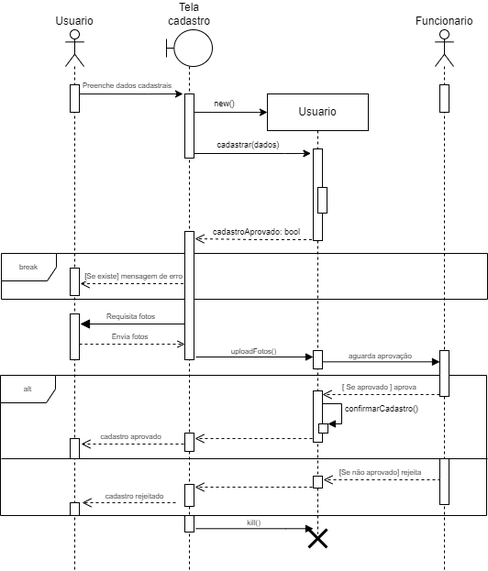
Before: diagramasDeSequenciaCompletos/1. CadastraNoSistemaR1.drawio.png, a diagram exported from draw.io (EijiDogen/BrainForHire). Source tidied: cells renumbered, new cells last; positions are measured from the earlier drawing's top-left corner, leaving out a move shared by most shapes.
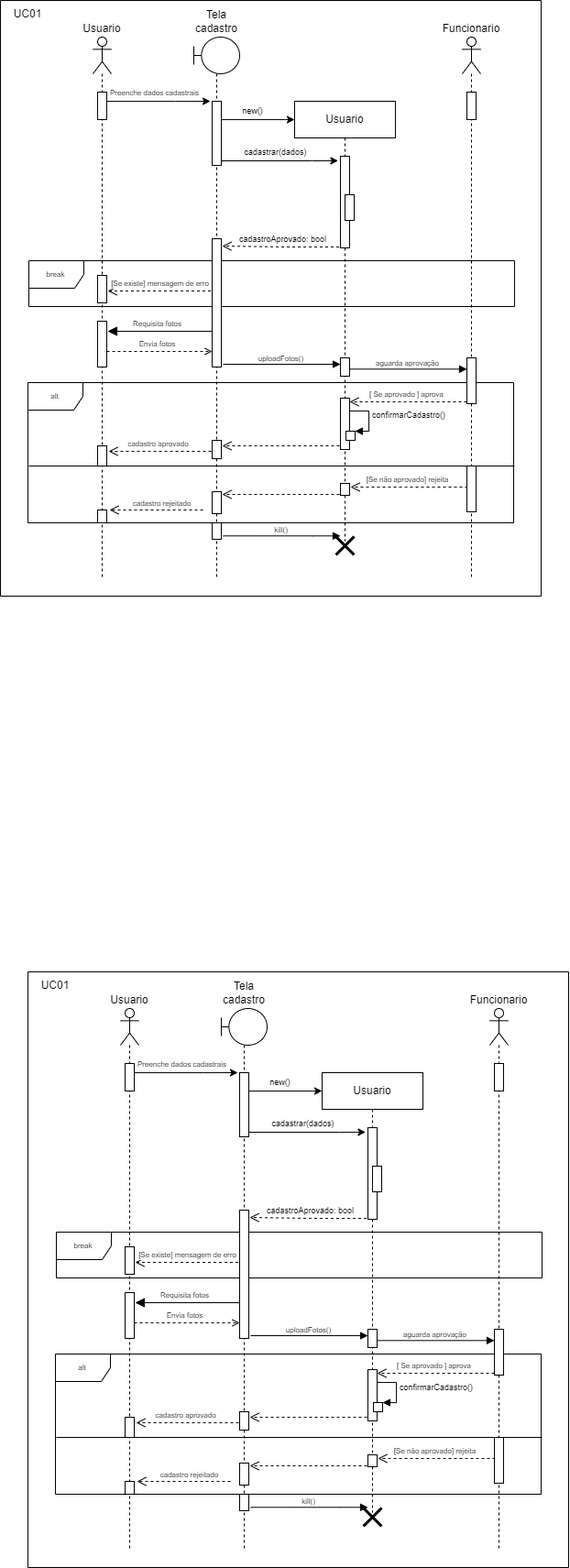
The same diagram one commit later.

Diff of the diagram source:
```diff
@@ -273,5 +273,287 @@
     <mxCell id="56" style="html=1;perimeter=orthogonalPerimeter;fontSize=9;" parent="37" vertex="1">
       <mxGeometry x="346" y="172" width="10" height="28" as="geometry" />
     </mxCell>
+    <mxCell id="57" value="Contorno" parent="0" />
+    <mxCell id="58" style="swimlane;startSize=0;" parent="57" vertex="1">
+      <mxGeometry x="-30" y="-40" width="590" height="650" as="geometry" />
+    </mxCell>
+    <mxCell id="59" value="UC01" style="text;html=1;strokeColor=none;fillColor=none;align=center;verticalAlign=middle;whiteSpace=wrap;rounded=0;" parent="58" vertex="1">
+      <mxGeometry width="60" height="30" as="geometry" />
+    </mxCell>
+    <mxCell id="60" value="Backup" parent="0" />
+    <mxCell id="61" value="break" style="shape=umlFrame;whiteSpace=wrap;html=1;fontSize=8;" parent="60" vertex="1">
+      <mxGeometry x="31" y="1304" width="530" height="50" as="geometry" />
+    </mxCell>
+    <mxCell id="62" value="Requisita fotos" style="html=1;verticalAlign=bottom;endArrow=block;endSize=8;rounded=0;fontSize=8;endFill=1;" parent="60" edge="1">
+      <mxGeometry x="0.09" relative="1" as="geometry">
+        <mxPoint x="235.5" y="1381" as="sourcePoint" />
+        <mxPoint x="117" y="1381" as="targetPoint" />
+      </mxGeometry>
+    </mxCell>
+    <mxCell id="63" value="alt" style="shape=umlFrame;whiteSpace=wrap;html=1;fontSize=8;" parent="60" vertex="1">
+      <mxGeometry x="30" y="1437" width="530" height="153" as="geometry" />
+    </mxCell>
+    <mxCell id="64" style="line;strokeWidth=1;fillColor=none;align=left;verticalAlign=middle;spacingTop=-1;spacingLeft=3;spacingRight=3;labelPosition=right;" parent="60" vertex="1">
+      <mxGeometry x="31" y="1524" width="530" height="8" as="geometry" />
+    </mxCell>
+    <mxCell id="65" value="Usuario" style="shape=umlLifeline;participant=umlActor;perimeter=lifelinePerimeter;whiteSpace=wrap;html=1;verticalAlign=bottom;spacingTop=36;labelPosition=center;verticalLabelPosition=top;align=center;" parent="60" vertex="1">
+      <mxGeometry x="101" y="1060" width="20" height="590" as="geometry" />
+    </mxCell>
+    <mxCell id="66" value="Tela cadastro" style="shape=umlLifeline;participant=umlBoundary;perimeter=lifelinePerimeter;whiteSpace=wrap;html=1;verticalAlign=bottom;spacingTop=36;labelPosition=center;verticalLabelPosition=top;align=center;" parent="60" vertex="1">
+      <mxGeometry x="211" y="1060" width="50" height="590" as="geometry" />
+    </mxCell>
+    <mxCell id="67" value="Funcionario&lt;br&gt;" style="shape=umlLifeline;participant=umlActor;perimeter=lifelinePerimeter;whiteSpace=wrap;html=1;verticalAlign=bottom;spacingTop=36;labelPosition=center;verticalLabelPosition=top;align=center;" parent="60" vertex="1">
+      <mxGeometry x="504" y="1060" width="20" height="590" as="geometry" />
+    </mxCell>
+    <mxCell id="68" value="Usuario" style="shape=umlLifeline;perimeter=lifelinePerimeter;whiteSpace=wrap;html=1;" parent="60" vertex="1">
+      <mxGeometry x="321" y="1130" width="110" height="480" as="geometry" />
+    </mxCell>
+    <mxCell id="69" value="verificarExiste()" style="edgeStyle=orthogonalEdgeStyle;html=1;align=left;spacingLeft=2;endArrow=block;rounded=0;entryX=1;entryY=0;fontSize=9;" parent="68" edge="1">
+      <mxGeometry relative="1" as="geometry">
+        <mxPoint x="55" y="80" as="sourcePoint" />
+        <Array as="points">
+          <mxPoint x="80" y="80" />
+        </Array>
+      </mxGeometry>
+    </mxCell>
+    <mxCell id="70" style="edgeStyle=orthogonalEdgeStyle;rounded=0;orthogonalLoop=1;jettySize=auto;html=1;endArrow=block;endFill=1;" parent="68" edge="1">
+      <mxGeometry relative="1" as="geometry">
+        <mxPoint x="-78" y="474.3" as="sourcePoint" />
+        <mxPoint x="50" y="474.3" as="targetPoint" />
+        <Array as="points">
+          <mxPoint x="20" y="474.3" />
+          <mxPoint x="20" y="474.3" />
+        </Array>
+      </mxGeometry>
+    </mxCell>
+    <mxCell id="71" value="kill()" style="edgeLabel;html=1;align=center;verticalAlign=middle;fontSize=8;" parent="70" vertex="1">
+      <mxGeometry x="0.19" y="-3" relative="1" as="geometry">
+        <mxPoint x="-14" y="-10" as="offset" />
+      </mxGeometry>
+    </mxCell>
+    <mxCell id="72" style="shape=umlDestroy;whiteSpace=wrap;html=1;strokeWidth=3;" parent="68" vertex="1">
+      <mxGeometry x="45" y="475" width="20" height="20" as="geometry" />
+    </mxCell>
+    <mxCell id="73" value="confirmarCadastro()" style="edgeStyle=orthogonalEdgeStyle;html=1;align=left;spacingLeft=2;endArrow=block;rounded=0;entryX=1;entryY=0;fontSize=9;" parent="60" edge="1">
+      <mxGeometry relative="1" as="geometry">
+        <mxPoint x="377" y="1468" as="sourcePoint" />
+        <mxPoint x="387" y="1490" as="targetPoint" />
+        <Array as="points">
+          <mxPoint x="402" y="1468" />
+        </Array>
+      </mxGeometry>
+    </mxCell>
+    <mxCell id="74" style="edgeStyle=orthogonalEdgeStyle;rounded=0;orthogonalLoop=1;jettySize=auto;html=1;" parent="60" edge="1">
+      <mxGeometry relative="1" as="geometry">
+        <mxPoint x="110.3" y="1130.1" as="sourcePoint" />
+        <mxPoint x="229" y="1130" as="targetPoint" />
+        <Array as="points">
+          <mxPoint x="191" y="1130" />
+          <mxPoint x="191" y="1130" />
+        </Array>
+      </mxGeometry>
+    </mxCell>
+    <mxCell id="75" value="Preenche dados cadastrais" style="edgeLabel;html=1;align=center;verticalAlign=middle;fontSize=8;" parent="74" vertex="1">
+      <mxGeometry x="-0.09" y="2" relative="1" as="geometry">
+        <mxPoint x="3" y="-8" as="offset" />
+      </mxGeometry>
+    </mxCell>
+    <mxCell id="76" style="edgeStyle=orthogonalEdgeStyle;rounded=0;orthogonalLoop=1;jettySize=auto;html=1;fontSize=9;" parent="60" edge="1">
+      <mxGeometry relative="1" as="geometry">
+        <mxPoint x="235.3" y="1150.1" as="sourcePoint" />
+        <mxPoint x="321" y="1150" as="targetPoint" />
+        <Array as="points">
+          <mxPoint x="311" y="1150" />
+        </Array>
+      </mxGeometry>
+    </mxCell>
+    <mxCell id="77" value="new()" style="edgeLabel;html=1;align=center;verticalAlign=middle;fontSize=9;" parent="76" vertex="1">
+      <mxGeometry x="-0.11" y="1" relative="1" as="geometry">
+        <mxPoint y="-9" as="offset" />
+      </mxGeometry>
+    </mxCell>
+    <mxCell id="78" value="[Se existe] mensagem de erro" style="html=1;verticalAlign=bottom;endArrow=open;dashed=1;endSize=8;rounded=0;fontSize=8;" parent="60" edge="1">
+      <mxGeometry x="0.04" relative="1" as="geometry">
+        <mxPoint x="235.5" y="1337" as="sourcePoint" />
+        <mxPoint x="117" y="1337" as="targetPoint" />
+      </mxGeometry>
+    </mxCell>
+    <mxCell id="79" value="Envia fotos" style="html=1;verticalAlign=bottom;endArrow=open;rounded=0;fontSize=8;endFill=0;dashed=1;" parent="60" edge="1">
+      <mxGeometry x="-0.04" relative="1" as="geometry">
+        <mxPoint x="116" y="1403" as="sourcePoint" />
+        <mxPoint x="231" y="1403" as="targetPoint" />
+      </mxGeometry>
+    </mxCell>
+    <mxCell id="80" style="edgeStyle=orthogonalEdgeStyle;rounded=0;orthogonalLoop=1;jettySize=auto;html=1;endArrow=block;endFill=1;" parent="60" edge="1">
+      <mxGeometry relative="1" as="geometry">
+        <mxPoint x="243" y="1417" as="sourcePoint" />
+        <mxPoint x="371" y="1417" as="targetPoint" />
+        <Array as="points">
+          <mxPoint x="243" y="1417" />
+        </Array>
+      </mxGeometry>
+    </mxCell>
+    <mxCell id="81" value="uploadFotos()" style="edgeLabel;html=1;align=center;verticalAlign=middle;fontSize=8;" parent="80" vertex="1">
+      <mxGeometry x="0.19" y="-3" relative="1" as="geometry">
+        <mxPoint x="-14" y="-10" as="offset" />
+      </mxGeometry>
+    </mxCell>
+    <mxCell id="82" style="rounded=0;orthogonalLoop=1;jettySize=auto;html=1;endArrow=block;endFill=1;exitX=1;exitY=0.186;exitDx=0;exitDy=0;exitPerimeter=0;" parent="60" edge="1">
+      <mxGeometry relative="1" as="geometry">
+        <mxPoint x="381" y="1422.3" as="sourcePoint" />
+        <mxPoint x="509" y="1422.3" as="targetPoint" />
+      </mxGeometry>
+    </mxCell>
+    <mxCell id="83" value="aguarda aprovação" style="edgeLabel;html=1;align=center;verticalAlign=middle;fontSize=8;" parent="82" vertex="1">
+      <mxGeometry x="0.19" y="-3" relative="1" as="geometry">
+        <mxPoint x="-14" y="-10" as="offset" />
+      </mxGeometry>
+    </mxCell>
+    <mxCell id="84" value="[ Se aprovado ] aprova" style="html=1;verticalAlign=bottom;endArrow=open;dashed=1;endSize=8;rounded=0;fontSize=8;sketch=0;shadow=0;strokeColor=default;" parent="60" edge="1">
+      <mxGeometry x="0.04" relative="1" as="geometry">
+        <mxPoint x="509" y="1458" as="sourcePoint" />
+        <mxPoint x="381" y="1458" as="targetPoint" />
+        <Array as="points">
+          <mxPoint x="441" y="1458" />
+        </Array>
+      </mxGeometry>
+    </mxCell>
+    <mxCell id="85" value="cadastro aprovado" style="html=1;verticalAlign=bottom;endArrow=open;dashed=1;endSize=8;rounded=0;fontSize=8;sketch=0;shadow=0;strokeColor=default;" parent="60" edge="1">
+      <mxGeometry x="0.04" relative="1" as="geometry">
+        <mxPoint x="230" y="1512" as="sourcePoint" />
+        <mxPoint x="118" y="1512" as="targetPoint" />
+        <Array as="points">
+          <mxPoint x="162" y="1512" />
+        </Array>
+      </mxGeometry>
+    </mxCell>
+    <mxCell id="86" style="html=1;verticalAlign=bottom;endArrow=open;dashed=1;endSize=8;rounded=0;fontSize=8;sketch=0;shadow=0;strokeColor=default;" parent="60" edge="1">
+      <mxGeometry x="0.04" relative="1" as="geometry">
+        <mxPoint x="370" y="1506" as="sourcePoint" />
+        <mxPoint x="242" y="1506" as="targetPoint" />
+        <Array as="points">
+          <mxPoint x="302" y="1506" />
+        </Array>
+      </mxGeometry>
+    </mxCell>
+    <mxCell id="87" value="[Se não aprovado] rejeita" style="html=1;verticalAlign=bottom;endArrow=open;dashed=1;endSize=8;rounded=0;fontSize=8;sketch=0;shadow=0;strokeColor=default;" parent="60" edge="1">
+      <mxGeometry x="0.04" relative="1" as="geometry">
+        <mxPoint x="510" y="1551" as="sourcePoint" />
+        <mxPoint x="382" y="1551" as="targetPoint" />
+        <Array as="points">
+          <mxPoint x="442" y="1551" />
+        </Array>
+      </mxGeometry>
+    </mxCell>
+    <mxCell id="88" style="html=1;verticalAlign=bottom;endArrow=open;dashed=1;endSize=8;rounded=0;fontSize=8;sketch=0;shadow=0;strokeColor=default;" parent="60" edge="1">
+      <mxGeometry x="0.04" relative="1" as="geometry">
+        <mxPoint x="370" y="1559" as="sourcePoint" />
+        <mxPoint x="242" y="1559" as="targetPoint" />
+        <Array as="points">
+          <mxPoint x="302" y="1559" />
+        </Array>
+      </mxGeometry>
+    </mxCell>
+    <mxCell id="89" style="html=1;verticalAlign=bottom;endArrow=open;dashed=1;endSize=8;rounded=0;fontSize=8;sketch=0;shadow=0;strokeColor=default;" parent="60" edge="1">
+      <mxGeometry x="0.04" relative="1" as="geometry">
+        <mxPoint x="221" y="1576" as="sourcePoint" />
+        <mxPoint x="119" y="1576" as="targetPoint" />
+        <Array as="points">
+          <mxPoint x="179" y="1576" />
+        </Array>
+      </mxGeometry>
+    </mxCell>
+    <mxCell id="90" value="&lt;font style=&quot;font-size: 8px&quot;&gt;cadastro rejeitado&lt;/font&gt;" style="edgeLabel;html=1;align=center;verticalAlign=middle;fontSize=9;" parent="89" vertex="1">
+      <mxGeometry x="-0.44" y="-1" relative="1" as="geometry">
+        <mxPoint x="-17" y="-7" as="offset" />
+      </mxGeometry>
+    </mxCell>
+    <mxCell id="91" style="edgeStyle=orthogonalEdgeStyle;rounded=0;orthogonalLoop=1;jettySize=auto;html=1;fontSize=9;entryX=-0.252;entryY=0.049;entryDx=0;entryDy=0;entryPerimeter=0;" parent="60" edge="1">
+      <mxGeometry relative="1" as="geometry">
+        <mxPoint x="235.8" y="1195" as="sourcePoint" />
+        <mxPoint x="368.5" y="1194.9" as="targetPoint" />
+        <Array as="points">
+          <mxPoint x="340" y="1195" />
+          <mxPoint x="340" y="1195" />
+        </Array>
+      </mxGeometry>
+    </mxCell>
+    <mxCell id="92" value="cadastrar(dados)" style="edgeLabel;html=1;align=center;verticalAlign=middle;fontSize=9;" parent="91" vertex="1">
+      <mxGeometry x="0.31" y="-2" relative="1" as="geometry">
+        <mxPoint x="-23" y="-12" as="offset" />
+      </mxGeometry>
+    </mxCell>
+    <mxCell id="93" value="cadastroAprovado: bool" style="html=1;verticalAlign=bottom;endArrow=open;dashed=1;endSize=8;rounded=0;fontSize=9;" parent="60" edge="1">
+      <mxGeometry relative="1" as="geometry">
+        <mxPoint x="375.5" y="1289" as="sourcePoint" />
+        <mxPoint x="242" y="1288" as="targetPoint" />
+        <Array as="points">
+          <mxPoint x="311" y="1289" />
+        </Array>
+      </mxGeometry>
+    </mxCell>
+    <mxCell id="94" style="html=1;perimeter=orthogonalPerimeter;fontSize=9;" parent="60" vertex="1">
+      <mxGeometry x="106" y="1120" width="10" height="30" as="geometry" />
+    </mxCell>
+    <mxCell id="95" style="html=1;perimeter=orthogonalPerimeter;fontSize=9;" parent="60" vertex="1">
+      <mxGeometry x="106" y="1320" width="10" height="30" as="geometry" />
+    </mxCell>
+    <mxCell id="96" style="html=1;perimeter=orthogonalPerimeter;fontSize=9;" parent="60" vertex="1">
+      <mxGeometry x="106" y="1370" width="10" height="50" as="geometry" />
+    </mxCell>
+    <mxCell id="97" style="html=1;perimeter=orthogonalPerimeter;fontSize=9;" parent="60" vertex="1">
+      <mxGeometry x="106" y="1506" width="10" height="22" as="geometry" />
+    </mxCell>
+    <mxCell id="98" style="html=1;perimeter=orthogonalPerimeter;fontSize=9;" parent="60" vertex="1">
+      <mxGeometry x="231" y="1280" width="10" height="140" as="geometry" />
+    </mxCell>
+    <mxCell id="99" style="html=1;perimeter=orthogonalPerimeter;fontSize=9;" parent="60" vertex="1">
+      <mxGeometry x="371" y="1410" width="10" height="20" as="geometry" />
+    </mxCell>
+    <mxCell id="100" style="html=1;perimeter=orthogonalPerimeter;fontSize=9;" parent="60" vertex="1">
+      <mxGeometry x="371" y="1190" width="10" height="100" as="geometry" />
+    </mxCell>
+    <mxCell id="101" style="html=1;perimeter=orthogonalPerimeter;fontSize=9;" parent="60" vertex="1">
+      <mxGeometry x="509" y="1120" width="10" height="30" as="geometry" />
+    </mxCell>
+    <mxCell id="102" style="html=1;perimeter=orthogonalPerimeter;fontSize=9;" parent="60" vertex="1">
+      <mxGeometry x="231" y="1130" width="10" height="70" as="geometry" />
+    </mxCell>
+    <mxCell id="103" style="html=1;perimeter=orthogonalPerimeter;fontSize=9;" parent="60" vertex="1">
+      <mxGeometry x="509" y="1528" width="10" height="50" as="geometry" />
+    </mxCell>
+    <mxCell id="104" style="html=1;perimeter=orthogonalPerimeter;fontSize=9;" parent="60" vertex="1">
+      <mxGeometry x="371" y="1547" width="10" height="13" as="geometry" />
+    </mxCell>
+    <mxCell id="105" style="html=1;perimeter=orthogonalPerimeter;fontSize=9;" parent="60" vertex="1">
+      <mxGeometry x="231" y="1556" width="10" height="24" as="geometry" />
+    </mxCell>
+    <mxCell id="106" style="html=1;perimeter=orthogonalPerimeter;fontSize=9;" parent="60" vertex="1">
+      <mxGeometry x="231" y="1590" width="10" height="18" as="geometry" />
+    </mxCell>
+    <mxCell id="107" style="html=1;perimeter=orthogonalPerimeter;fontSize=9;" parent="60" vertex="1">
+      <mxGeometry x="231" y="1500" width="10" height="20" as="geometry" />
+    </mxCell>
+    <mxCell id="108" style="html=1;perimeter=orthogonalPerimeter;fontSize=9;" parent="60" vertex="1">
+      <mxGeometry x="106" y="1576" width="10" height="14" as="geometry" />
+    </mxCell>
+    <mxCell id="109" style="html=1;perimeter=orthogonalPerimeter;fontSize=9;" parent="60" vertex="1">
+      <mxGeometry x="371" y="1454" width="10" height="56" as="geometry" />
+    </mxCell>
+    <mxCell id="110" style="html=1;perimeter=orthogonalPerimeter;fontSize=9;" parent="60" vertex="1">
+      <mxGeometry x="377" y="1490" width="10" height="10" as="geometry" />
+    </mxCell>
+    <mxCell id="111" style="html=1;perimeter=orthogonalPerimeter;fontSize=9;" parent="60" vertex="1">
+      <mxGeometry x="509" y="1410" width="10" height="50" as="geometry" />
+    </mxCell>
+    <mxCell id="112" style="html=1;perimeter=orthogonalPerimeter;fontSize=9;" parent="60" vertex="1">
+      <mxGeometry x="376" y="1232" width="10" height="28" as="geometry" />
+    </mxCell>
+    <mxCell id="113" style="swimlane;startSize=0;" parent="60" vertex="1">
+      <mxGeometry y="1020" width="590" height="650" as="geometry" />
+    </mxCell>
+    <mxCell id="114" value="UC01" style="text;html=1;strokeColor=none;fillColor=none;align=center;verticalAlign=middle;whiteSpace=wrap;rounded=0;" parent="113" vertex="1">
+      <mxGeometry width="60" height="30" as="geometry" />
+    </mxCell>
   </root>
 </mxGraphModel>
```
